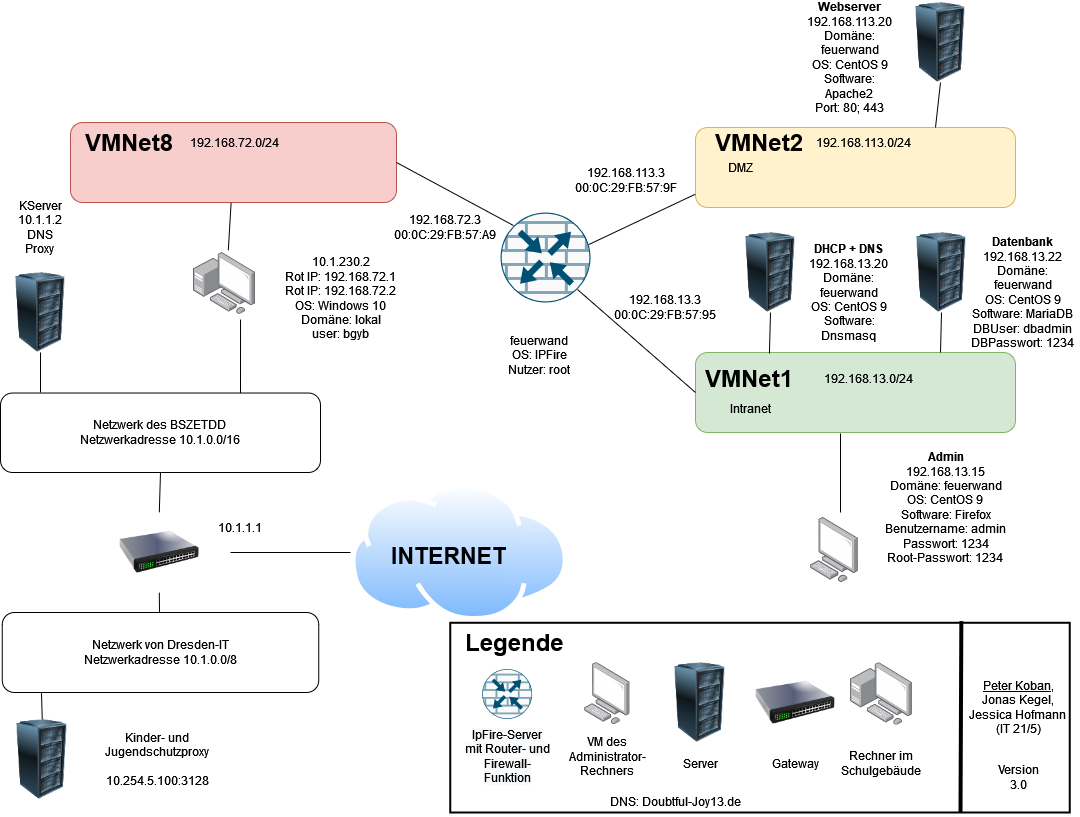
This is Netzwerkplan.png from peterLERNSAX/lf9-feuerwand, a draw.io export, as it was before one commit. Source tidied: cells renumbered, new cells last; positions are measured from the earlier drawing's top-left corner, leaving out a move shared by most shapes.
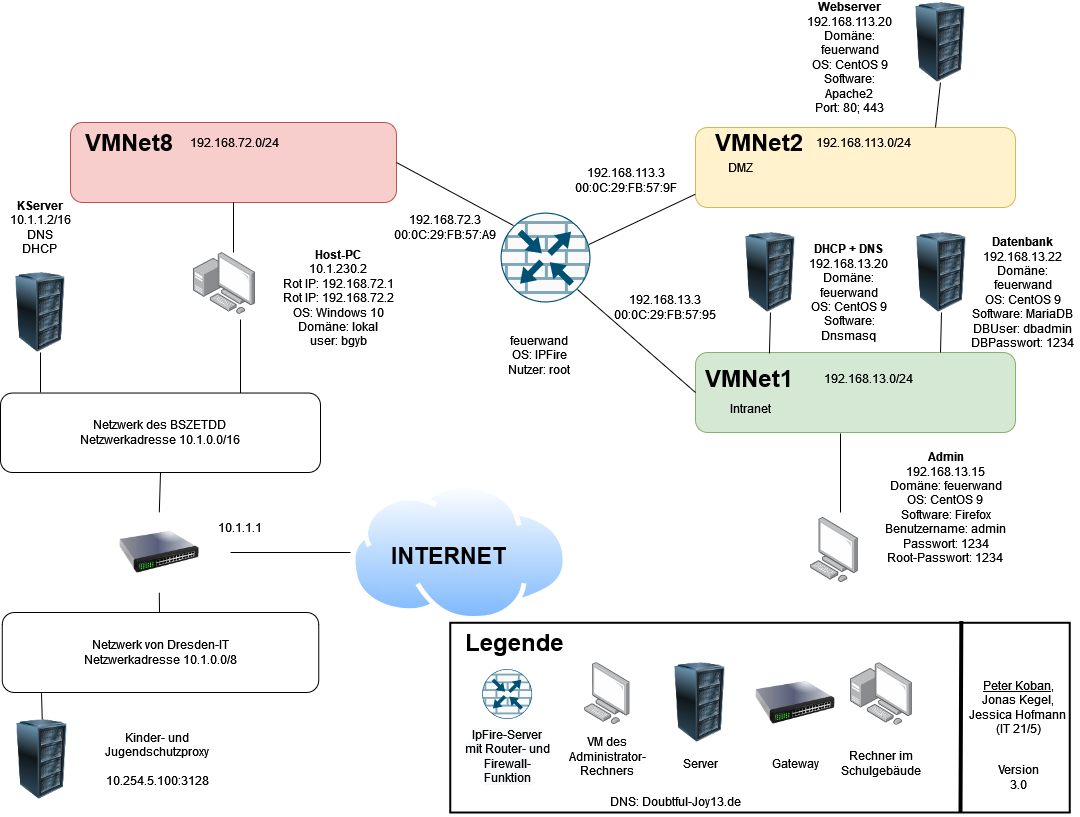
The same diagram one commit later.

Change to the diagram source:
```diff
@@ -89,11 +89,10 @@
     <mxCell id="30" value="&lt;b&gt;DHCP + DNS&lt;/b&gt;&lt;br&gt;192.168.13.20&lt;br&gt;Domäne:&lt;br&gt;&lt;div&gt;feuerwand&lt;/div&gt;&lt;div&gt;OS: CentOS 9&lt;/div&gt;&lt;div&gt;Software: Dnsmasq&lt;br&gt;&lt;/div&gt;" style="text;html=1;strokeColor=none;fillColor=none;align=center;verticalAlign=middle;whiteSpace=wrap;rounded=0;" parent="1" vertex="1">
       <mxGeometry x="798" y="240" width="102" height="100" as="geometry" />
     </mxCell>
-    <mxCell id="31" value="&lt;div&gt;10.1.230.2&lt;/div&gt;&lt;div&gt;Rot IP: 192.168.72.1&lt;/div&gt;&lt;div&gt;Rot IP: 192.168.72.2&lt;/div&gt;&lt;div&gt;OS: Windows 10&lt;/div&gt;&lt;div&gt;Domäne: lokal&lt;/div&gt;&lt;div&gt;user: bgyb&lt;/div&gt;&lt;div&gt;&lt;br&gt;&lt;/div&gt;" style="text;html=1;strokeColor=none;fillColor=none;align=center;verticalAlign=middle;whiteSpace=wrap;rounded=0;" parent="1" vertex="1">
-      <mxGeometry x="263" y="260" width="155" height="85" as="geometry" />
-    </mxCell>
-    <mxCell id="32" style="endArrow=none;html=1;rounded=0;exitX=0.564;exitY=-0.032;exitDx=0;exitDy=0;exitPerimeter=0;" parent="1" edge="1" source="25" target="7">
-      <mxGeometry relative="1" as="geometry" />
+    <mxCell id="32" style="endArrow=none;html=1;rounded=0;" parent="1" edge="1" target="7">
+      <mxGeometry relative="1" as="geometry">
+        <mxPoint x="233" y="250" as="sourcePoint" />
+      </mxGeometry>
     </mxCell>
     <mxCell id="33" style="image;html=1;image=img/lib/clip_art/networking/Switch_128x128.png;" parent="1" vertex="1">
       <mxGeometry x="118.8" y="510" width="80" height="80" as="geometry" />
@@ -107,7 +106,7 @@
     <mxCell id="36" style="perimeter=ellipsePerimeter;html=1;align=center;shadow=0;dashed=0;spacingTop=3;image;image=img/lib/active_directory/internet_cloud.svg;rotation=0;" parent="1" vertex="1">
       <mxGeometry x="350" y="481.2" width="218.3" height="137.5" as="geometry" />
     </mxCell>
-    <mxCell id="37" value="&lt;div&gt;KServer&lt;/div&gt;&lt;div&gt;10.1.1.2&lt;/div&gt;&lt;div&gt;DNS&lt;/div&gt;&lt;div&gt;Proxy&lt;br&gt;&lt;/div&gt;" style="text;html=1;strokeColor=none;fillColor=none;align=center;verticalAlign=middle;whiteSpace=wrap;rounded=0;" parent="1" vertex="1">
+    <mxCell id="37" value="&lt;div&gt;&lt;b&gt;KServer&lt;/b&gt;&lt;/div&gt;&lt;div&gt;10.1.1.2/16&lt;/div&gt;&lt;div&gt;DNS&lt;/div&gt;&lt;div&gt;DHCP&lt;br&gt;&lt;/div&gt;" style="text;html=1;strokeColor=none;fillColor=none;align=center;verticalAlign=middle;whiteSpace=wrap;rounded=0;" parent="1" vertex="1">
       <mxGeometry x="10" y="190" width="60" height="70" as="geometry" />
     </mxCell>
     <mxCell id="38" value="&lt;div&gt;Kinder- und Jugendschutzproxy&lt;/div&gt;&lt;div&gt;&lt;br&gt;&lt;/div&gt;10.254.5.100:3128" style="text;html=1;strokeColor=none;fillColor=none;align=center;verticalAlign=middle;whiteSpace=wrap;rounded=0;" parent="1" vertex="1">
@@ -219,5 +218,8 @@
     <mxCell id="68" value="&lt;div&gt;&lt;b&gt;Datenbank&lt;/b&gt;&lt;/div&gt;192.168.13.22&lt;br&gt;Domäne:&lt;br&gt;&lt;div&gt;feuerwand&lt;/div&gt;&lt;div&gt;OS: CentOS 9&lt;br&gt;&lt;/div&gt;&lt;div&gt;Software: MariaDB&lt;/div&gt;&lt;div&gt;DBUser: dbadmin&lt;/div&gt;&lt;div&gt;DBPasswort: 1234&lt;br&gt;&lt;/div&gt;" style="text;html=1;strokeColor=none;fillColor=none;align=center;verticalAlign=middle;whiteSpace=wrap;rounded=0;" parent="1" vertex="1">
       <mxGeometry x="966.8" y="215" width="112" height="150" as="geometry" />
     </mxCell>
+    <mxCell id="69" value="&lt;b&gt;Host-PC&lt;/b&gt;&lt;br&gt;&lt;div&gt;10.1.230.2&lt;/div&gt;&lt;div&gt;Rot IP: 192.168.72.1&lt;/div&gt;&lt;div&gt;Rot IP: 192.168.72.2&lt;/div&gt;&lt;div&gt;OS: Windows 10&lt;/div&gt;&lt;div&gt;Domäne: lokal&lt;/div&gt;&lt;div&gt;user: bgyb&lt;/div&gt;&lt;div&gt;&lt;br&gt;&lt;br&gt;&lt;/div&gt;" style="text;html=1;strokeColor=none;fillColor=none;align=center;verticalAlign=middle;whiteSpace=wrap;rounded=0;" parent="1" vertex="1">
+      <mxGeometry x="270" y="245" width="135.9" height="130" as="geometry" />
+    </mxCell>
   </root>
 </mxGraphModel>
```
